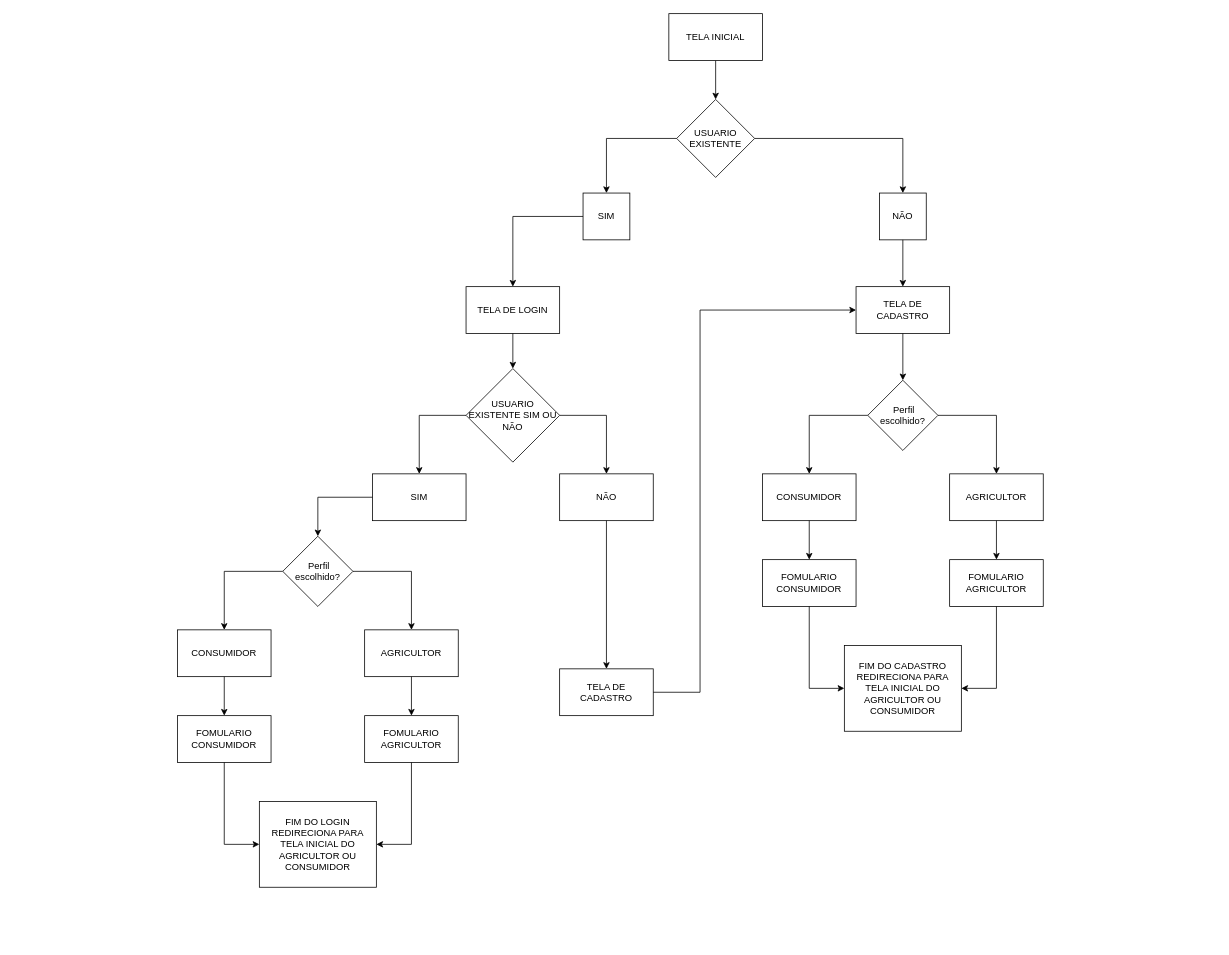
Above: Diagrama sem nome.drawio in 4lisson0/cyberzone (draw.io), before the change. Source tidied: cells renumbered, new cells numbered last; positions are measured from the earlier drawing's top-left corner, leaving out a move shared by most shapes. Both pictures are drawn from the tidied source at 78%, with x=0, y=0 at pixel (177, 13).
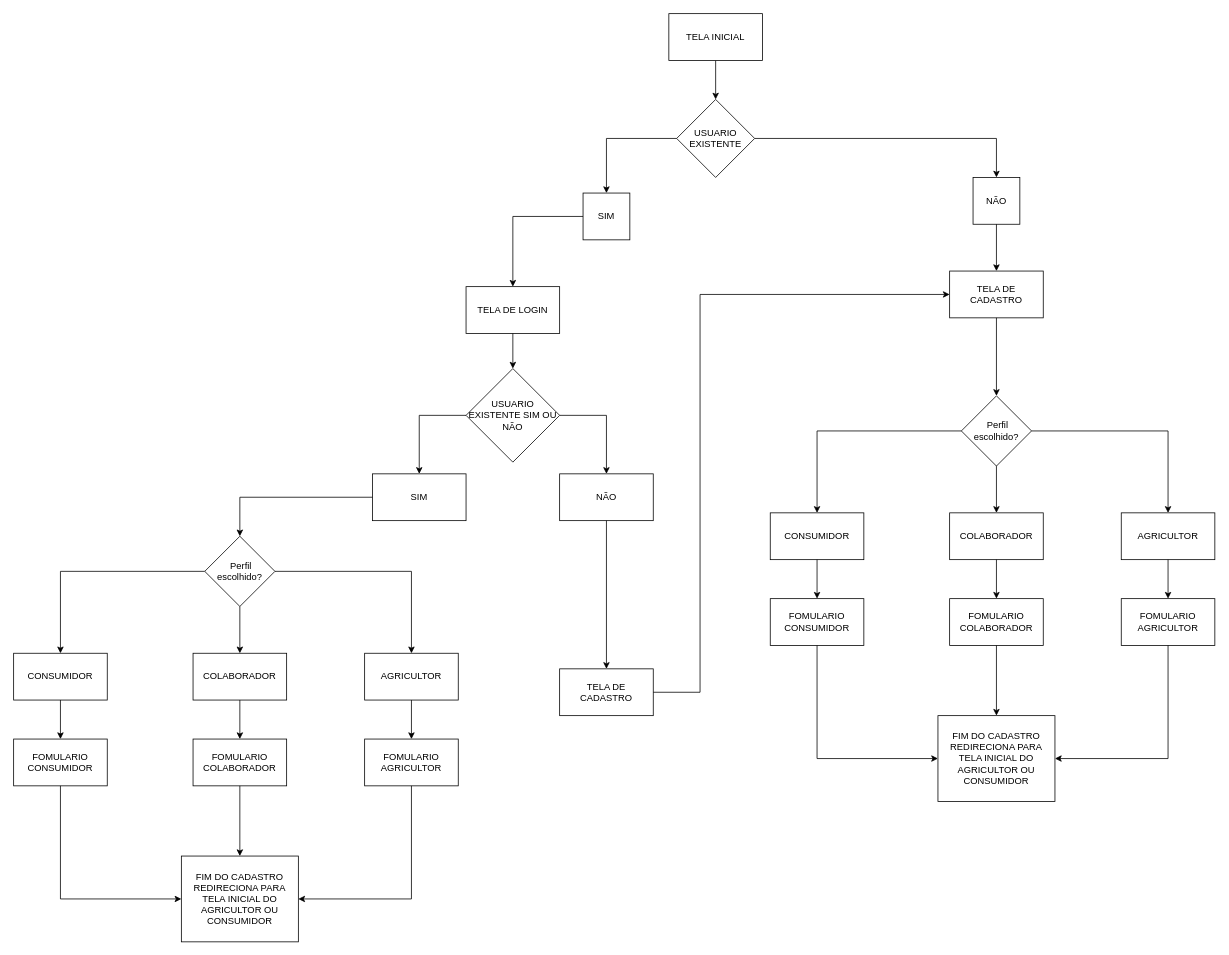
The same diagram, later.

Unchanged cells that the change refers to:
```xml
<mxCell id="4" value="USUARIO EXISTENTE" style="rhombus;whiteSpace=wrap;html=1;" parent="1" vertex="1">
  <mxGeometry x="640" y="110" width="100" height="100" as="geometry" />
</mxCell>
<mxCell id="27" value="SIM" style="rounded=0;whiteSpace=wrap;html=1;" parent="1" vertex="1">
  <mxGeometry x="250" y="590" width="120" height="60" as="geometry" />
</mxCell>
<mxCell id="28" value="TELA DE CADASTRO" style="rounded=0;whiteSpace=wrap;html=1;" parent="1" vertex="1">
  <mxGeometry x="490" y="840" width="120" height="60" as="geometry" />
</mxCell>
```

Change to the diagram source:
```diff
@@
     <mxCell id="6" value="NÃO" style="rounded=0;whiteSpace=wrap;html=1;" parent="1" vertex="1">
-      <mxGeometry x="900" y="230" width="60" height="60" as="geometry" />
+      <mxGeometry x="1020" y="210" width="60" height="60" as="geometry" />
     </mxCell>
     <mxCell id="7" value="TELA DE CADASTRO" style="rounded=0;whiteSpace=wrap;html=1;" parent="1" vertex="1">
-      <mxGeometry x="870" y="350" width="120" height="60" as="geometry" />
+      <mxGeometry x="990" y="330" width="120" height="60" as="geometry" />
     </mxCell>
-    <mxCell id="8" value="&lt;div&gt;&amp;nbsp;Perfil escolhido?&lt;/div&gt;" style="rhombus;whiteSpace=wrap;html=1;" parent="1" vertex="1">
-      <mxGeometry x="885" y="470" width="90" height="90" as="geometry" />
-    </mxCell>
-    <mxCell id="9" value="AGRICULTOR" style="rounded=0;whiteSpace=wrap;html=1;" parent="1" vertex="1">
-      <mxGeometry x="990" y="590" width="120" height="60" as="geometry" />
-    </mxCell>
-    <mxCell id="10" value="CONSUMIDOR" style="rounded=0;whiteSpace=wrap;html=1;" parent="1" vertex="1">
-      <mxGeometry x="750" y="590" width="120" height="60" as="geometry" />
-    </mxCell>
-    <mxCell id="11" value="FOMULARIO CONSUMIDOR" style="rounded=0;whiteSpace=wrap;html=1;" parent="1" vertex="1">
-      <mxGeometry x="750" y="700" width="120" height="60" as="geometry" />
-    </mxCell>
-    <mxCell id="12" value="FOMULARIO AGRICULTOR" style="rounded=0;whiteSpace=wrap;html=1;" parent="1" vertex="1">
-      <mxGeometry x="990" y="700" width="120" height="60" as="geometry" />
-    </mxCell>
-    <mxCell id="13" value="FIM DO CADASTRO REDIRECIONA PARA TELA INICIAL DO AGRICULTOR OU CONSUMIDOR" style="rounded=0;whiteSpace=wrap;html=1;" parent="1" vertex="1">
-      <mxGeometry x="855" y="810" width="150" height="110" as="geometry" />
-    </mxCell>
     <mxCell id="14" style="endArrow=classic;html=1;rounded=0;exitX=1;exitY=0.5;exitDx=0;exitDy=0;entryX=0.5;entryY=0;entryDx=0;entryDy=0;" parent="1" edge="1" source="4" target="6">
       <mxGeometry relative="1" as="geometry">
         <Array as="points">
-          <mxPoint x="930" y="160" />
+          <mxPoint x="1050" y="160" />
         </Array>
       </mxGeometry>
     </mxCell>
@@
-    <mxCell id="16" style="endArrow=classic;html=1;rounded=0;exitX=0.5;exitY=1;exitDx=0;exitDy=0;entryX=0.5;entryY=0;entryDx=0;entryDy=0;" parent="1" edge="1" source="7" target="8">
+    <mxCell id="16" style="endArrow=classic;html=1;rounded=0;exitX=0.5;exitY=1;exitDx=0;exitDy=0;" parent="1" edge="1" source="7" target="8">
       <mxGeometry relative="1" as="geometry" />
     </mxCell>
-    <mxCell id="17" style="endArrow=classic;html=1;rounded=0;entryX=0.5;entryY=0;entryDx=0;entryDy=0;exitX=0;exitY=0.5;exitDx=0;exitDy=0;" parent="1" edge="1" source="8" target="10">
-      <mxGeometry relative="1" as="geometry">
-        <Array as="points">
-          <mxPoint x="810" y="515" />
-        </Array>
-      </mxGeometry>
-    </mxCell>
-    <mxCell id="18" style="endArrow=classic;html=1;rounded=0;entryX=0.5;entryY=0;entryDx=0;entryDy=0;exitX=1;exitY=0.5;exitDx=0;exitDy=0;" parent="1" edge="1" source="8" target="9">
-      <mxGeometry relative="1" as="geometry">
-        <Array as="points">
-          <mxPoint x="1050" y="515" />
-        </Array>
-      </mxGeometry>
-    </mxCell>
-    <mxCell id="19" style="endArrow=classic;html=1;rounded=0;exitX=0.5;exitY=1;exitDx=0;exitDy=0;entryX=0.5;entryY=0;entryDx=0;entryDy=0;" parent="1" edge="1" source="10" target="11">
-      <mxGeometry relative="1" as="geometry" />
-    </mxCell>
-    <mxCell id="20" style="endArrow=classic;html=1;rounded=0;exitX=0.5;exitY=1;exitDx=0;exitDy=0;entryX=0.5;entryY=0;entryDx=0;entryDy=0;" parent="1" edge="1" source="9" target="12">
-      <mxGeometry relative="1" as="geometry" />
-    </mxCell>
-    <mxCell id="21" style="endArrow=classic;html=1;rounded=0;exitX=0.5;exitY=1;exitDx=0;exitDy=0;entryX=0;entryY=0.5;entryDx=0;entryDy=0;" parent="1" edge="1" source="11" target="13">
-      <mxGeometry relative="1" as="geometry">
-        <Array as="points">
-          <mxPoint x="810" y="865" />
-        </Array>
-      </mxGeometry>
-    </mxCell>
-    <mxCell id="22" style="endArrow=classic;html=1;rounded=0;exitX=0.5;exitY=1;exitDx=0;exitDy=0;entryX=1;entryY=0.5;entryDx=0;entryDy=0;" parent="1" edge="1" source="12" target="13">
-      <mxGeometry relative="1" as="geometry">
-        <Array as="points">
-          <mxPoint x="1050" y="865" />
-        </Array>
-      </mxGeometry>
-    </mxCell>
@@
     <mxCell id="33" style="endArrow=classic;html=1;rounded=0;exitX=1;exitY=0.5;exitDx=0;exitDy=0;entryX=0;entryY=0.5;entryDx=0;entryDy=0;" parent="1" edge="1" source="28" target="7">
       <mxGeometry relative="1" as="geometry">
         <Array as="points">
           <mxPoint x="670" y="870" />
-          <mxPoint x="670" y="380" />
+          <mxPoint x="670" y="360" />
         </Array>
       </mxGeometry>
     </mxCell>
@@
     <mxCell id="35" value="&lt;div&gt;&amp;nbsp;Perfil escolhido?&lt;/div&gt;" style="rhombus;whiteSpace=wrap;html=1;" parent="1" vertex="1">
-      <mxGeometry x="135" y="670" width="90" height="90" as="geometry" />
+      <mxGeometry x="35" y="670" width="90" height="90" as="geometry" />
     </mxCell>
     <mxCell id="36" value="AGRICULTOR" style="rounded=0;whiteSpace=wrap;html=1;" parent="1" vertex="1">
-      <mxGeometry x="240" y="790" width="120" height="60" as="geometry" />
+      <mxGeometry x="240" y="820" width="120" height="60" as="geometry" />
     </mxCell>
     <mxCell id="37" value="CONSUMIDOR" style="rounded=0;whiteSpace=wrap;html=1;" parent="1" vertex="1">
-      <mxGeometry y="790" width="120" height="60" as="geometry" />
+      <mxGeometry x="-210" y="820" width="120" height="60" as="geometry" />
     </mxCell>
     <mxCell id="38" value="FOMULARIO CONSUMIDOR" style="rounded=0;whiteSpace=wrap;html=1;" parent="1" vertex="1">
-      <mxGeometry y="900" width="120" height="60" as="geometry" />
+      <mxGeometry x="-210" y="930" width="120" height="60" as="geometry" />
     </mxCell>
     <mxCell id="39" value="FOMULARIO AGRICULTOR" style="rounded=0;whiteSpace=wrap;html=1;" parent="1" vertex="1">
-      <mxGeometry x="240" y="900" width="120" height="60" as="geometry" />
+      <mxGeometry x="240" y="930" width="120" height="60" as="geometry" />
     </mxCell>
-    <mxCell id="40" value="FIM DO LOGIN REDIRECIONA PARA TELA INICIAL DO AGRICULTOR OU CONSUMIDOR" style="rounded=0;whiteSpace=wrap;html=1;" parent="1" vertex="1">
-      <mxGeometry x="105" y="1010" width="150" height="110" as="geometry" />
-    </mxCell>
     <mxCell id="41" style="endArrow=classic;html=1;rounded=0;entryX=0.5;entryY=0;entryDx=0;entryDy=0;exitX=0;exitY=0.5;exitDx=0;exitDy=0;" parent="1" edge="1" source="35" target="37">
       <mxGeometry relative="1" as="geometry">
         <Array as="points">
-          <mxPoint x="60" y="715" />
+          <mxPoint x="-150" y="715" />
         </Array>
       </mxGeometry>
     </mxCell>
@@
+    <mxCell id="47" style="endArrow=classic;html=1;rounded=0;exitX=0;exitY=0.5;exitDx=0;exitDy=0;entryX=0.5;entryY=0;entryDx=0;entryDy=0;" parent="1" edge="1" source="27" target="35">
+      <mxGeometry relative="1" as="geometry">
+        <Array as="points">
+          <mxPoint x="80" y="620" />
+        </Array>
+      </mxGeometry>
+    </mxCell>
+    <mxCell id="48" value="COLABORADOR" style="rounded=0;whiteSpace=wrap;html=1;" parent="1" vertex="1">
+      <mxGeometry x="20" y="820" width="120" height="60" as="geometry" />
+    </mxCell>
+    <mxCell id="49" value="FOMULARIO COLABORADOR" style="rounded=0;whiteSpace=wrap;html=1;" parent="1" vertex="1">
+      <mxGeometry x="20" y="930" width="120" height="60" as="geometry" />
+    </mxCell>
+    <mxCell id="50" style="endArrow=classic;html=1;rounded=0;exitX=0.5;exitY=1;exitDx=0;exitDy=0;entryX=0.5;entryY=0;entryDx=0;entryDy=0;" parent="1" edge="1" source="48" target="49">
+      <mxGeometry relative="1" as="geometry" />
+    </mxCell>
+    <mxCell id="51" style="endArrow=classic;html=1;rounded=0;exitX=0.5;exitY=1;exitDx=0;exitDy=0;entryX=0.5;entryY=0;entryDx=0;entryDy=0;" parent="1" edge="1" source="35" target="48">
+      <mxGeometry relative="1" as="geometry" />
+    </mxCell>
@@
-    <mxCell id="45" style="endArrow=classic;html=1;rounded=0;exitX=0.5;exitY=1;exitDx=0;exitDy=0;entryX=0;entryY=0.5;entryDx=0;entryDy=0;" parent="1" edge="1" source="38" target="40">
-      <mxGeometry relative="1" as="geometry">
-        <Array as="points">
-          <mxPoint x="60" y="1065" />
-        </Array>
-      </mxGeometry>
-    </mxCell>
-    <mxCell id="46" style="endArrow=classic;html=1;rounded=0;exitX=0.5;exitY=1;exitDx=0;exitDy=0;entryX=1;entryY=0.5;entryDx=0;entryDy=0;" parent="1" edge="1" source="39" target="40">
-      <mxGeometry relative="1" as="geometry">
-        <Array as="points">
-          <mxPoint x="300" y="1065" />
-        </Array>
-      </mxGeometry>
-    </mxCell>
-    <mxCell id="47" style="endArrow=classic;html=1;rounded=0;exitX=0;exitY=0.5;exitDx=0;exitDy=0;entryX=0.5;entryY=0;entryDx=0;entryDy=0;" parent="1" edge="1" source="27" target="35">
-      <mxGeometry relative="1" as="geometry">
-        <Array as="points">
-          <mxPoint x="180" y="620" />
-        </Array>
-      </mxGeometry>
-    </mxCell>
+    <mxCell id="52" value="FIM DO CADASTRO REDIRECIONA PARA TELA INICIAL DO AGRICULTOR OU CONSUMIDOR" style="rounded=0;whiteSpace=wrap;html=1;" parent="1" vertex="1">
+      <mxGeometry x="5" y="1080" width="150" height="110" as="geometry" />
+    </mxCell>
+    <mxCell id="53" style="endArrow=classic;html=1;rounded=0;entryX=1;entryY=0.5;entryDx=0;entryDy=0;exitX=0.5;exitY=1;exitDx=0;exitDy=0;" parent="1" edge="1" source="39" target="52">
+      <mxGeometry relative="1" as="geometry">
+        <Array as="points">
+          <mxPoint x="300" y="1135" />
+        </Array>
+      </mxGeometry>
+    </mxCell>
+    <mxCell id="54" style="endArrow=classic;html=1;rounded=0;exitX=0.5;exitY=1;exitDx=0;exitDy=0;entryX=0;entryY=0.5;entryDx=0;entryDy=0;" parent="1" edge="1" source="38" target="52">
+      <mxGeometry relative="1" as="geometry">
+        <Array as="points">
+          <mxPoint x="-150" y="1135" />
+        </Array>
+      </mxGeometry>
+    </mxCell>
+    <mxCell id="55" style="endArrow=classic;html=1;rounded=0;exitX=0.5;exitY=1;exitDx=0;exitDy=0;entryX=0.5;entryY=0;entryDx=0;entryDy=0;" parent="1" edge="1" source="49" target="52">
+      <mxGeometry relative="1" as="geometry" />
+    </mxCell>
+    <mxCell id="8" value="&lt;div&gt;&amp;nbsp;Perfil escolhido?&lt;/div&gt;" style="rhombus;whiteSpace=wrap;html=1;" parent="1" vertex="1">
+      <mxGeometry x="1005" y="490" width="90" height="90" as="geometry" />
+    </mxCell>
+    <mxCell id="9" value="AGRICULTOR" style="rounded=0;whiteSpace=wrap;html=1;" parent="1" vertex="1">
+      <mxGeometry x="1210" y="640" width="120" height="60" as="geometry" />
+    </mxCell>
+    <mxCell id="10" value="CONSUMIDOR" style="rounded=0;whiteSpace=wrap;html=1;" parent="1" vertex="1">
+      <mxGeometry x="760" y="640" width="120" height="60" as="geometry" />
+    </mxCell>
+    <mxCell id="11" value="FOMULARIO CONSUMIDOR" style="rounded=0;whiteSpace=wrap;html=1;" parent="1" vertex="1">
+      <mxGeometry x="760" y="750" width="120" height="60" as="geometry" />
+    </mxCell>
+    <mxCell id="12" value="FOMULARIO AGRICULTOR" style="rounded=0;whiteSpace=wrap;html=1;" parent="1" vertex="1">
+      <mxGeometry x="1210" y="750" width="120" height="60" as="geometry" />
+    </mxCell>
+    <mxCell id="17" style="endArrow=classic;html=1;rounded=0;entryX=0.5;entryY=0;entryDx=0;entryDy=0;exitX=0;exitY=0.5;exitDx=0;exitDy=0;" parent="1" edge="1" source="8" target="10">
+      <mxGeometry relative="1" as="geometry">
+        <Array as="points">
+          <mxPoint x="820" y="535" />
+        </Array>
+      </mxGeometry>
+    </mxCell>
+    <mxCell id="18" style="endArrow=classic;html=1;rounded=0;entryX=0.5;entryY=0;entryDx=0;entryDy=0;exitX=1;exitY=0.5;exitDx=0;exitDy=0;" parent="1" edge="1" source="8" target="9">
+      <mxGeometry relative="1" as="geometry">
+        <Array as="points">
+          <mxPoint x="1270" y="535" />
+        </Array>
+      </mxGeometry>
+    </mxCell>
+    <mxCell id="19" style="endArrow=classic;html=1;rounded=0;exitX=0.5;exitY=1;exitDx=0;exitDy=0;entryX=0.5;entryY=0;entryDx=0;entryDy=0;" parent="1" edge="1" source="10" target="11">
+      <mxGeometry relative="1" as="geometry" />
+    </mxCell>
+    <mxCell id="56" value="COLABORADOR" style="rounded=0;whiteSpace=wrap;html=1;" parent="1" vertex="1">
+      <mxGeometry x="990" y="640" width="120" height="60" as="geometry" />
+    </mxCell>
+    <mxCell id="57" value="FOMULARIO COLABORADOR" style="rounded=0;whiteSpace=wrap;html=1;" parent="1" vertex="1">
+      <mxGeometry x="990" y="750" width="120" height="60" as="geometry" />
+    </mxCell>
+    <mxCell id="58" style="endArrow=classic;html=1;rounded=0;exitX=0.5;exitY=1;exitDx=0;exitDy=0;entryX=0.5;entryY=0;entryDx=0;entryDy=0;" parent="1" edge="1" source="56" target="57">
+      <mxGeometry relative="1" as="geometry" />
+    </mxCell>
+    <mxCell id="59" style="endArrow=classic;html=1;rounded=0;exitX=0.5;exitY=1;exitDx=0;exitDy=0;entryX=0.5;entryY=0;entryDx=0;entryDy=0;" parent="1" edge="1" source="8" target="56">
+      <mxGeometry relative="1" as="geometry" />
+    </mxCell>
+    <mxCell id="20" style="endArrow=classic;html=1;rounded=0;exitX=0.5;exitY=1;exitDx=0;exitDy=0;entryX=0.5;entryY=0;entryDx=0;entryDy=0;" parent="1" edge="1" source="9" target="12">
+      <mxGeometry relative="1" as="geometry" />
+    </mxCell>
+    <mxCell id="60" value="FIM DO CADASTRO REDIRECIONA PARA TELA INICIAL DO AGRICULTOR OU CONSUMIDOR" style="rounded=0;whiteSpace=wrap;html=1;" parent="1" vertex="1">
+      <mxGeometry x="975" y="900" width="150" height="110" as="geometry" />
+    </mxCell>
+    <mxCell id="61" style="endArrow=classic;html=1;rounded=0;entryX=1;entryY=0.5;entryDx=0;entryDy=0;exitX=0.5;exitY=1;exitDx=0;exitDy=0;" parent="1" edge="1" source="12" target="60">
+      <mxGeometry relative="1" as="geometry">
+        <Array as="points">
+          <mxPoint x="1270" y="955" />
+        </Array>
+      </mxGeometry>
+    </mxCell>
+    <mxCell id="62" style="endArrow=classic;html=1;rounded=0;exitX=0.5;exitY=1;exitDx=0;exitDy=0;entryX=0;entryY=0.5;entryDx=0;entryDy=0;" parent="1" edge="1" source="11" target="60">
+      <mxGeometry relative="1" as="geometry">
+        <Array as="points">
+          <mxPoint x="820" y="955" />
+        </Array>
+      </mxGeometry>
+    </mxCell>
+    <mxCell id="63" style="endArrow=classic;html=1;rounded=0;exitX=0.5;exitY=1;exitDx=0;exitDy=0;entryX=0.5;entryY=0;entryDx=0;entryDy=0;" parent="1" edge="1" source="57" target="60">
+      <mxGeometry relative="1" as="geometry" />
+    </mxCell>
```
